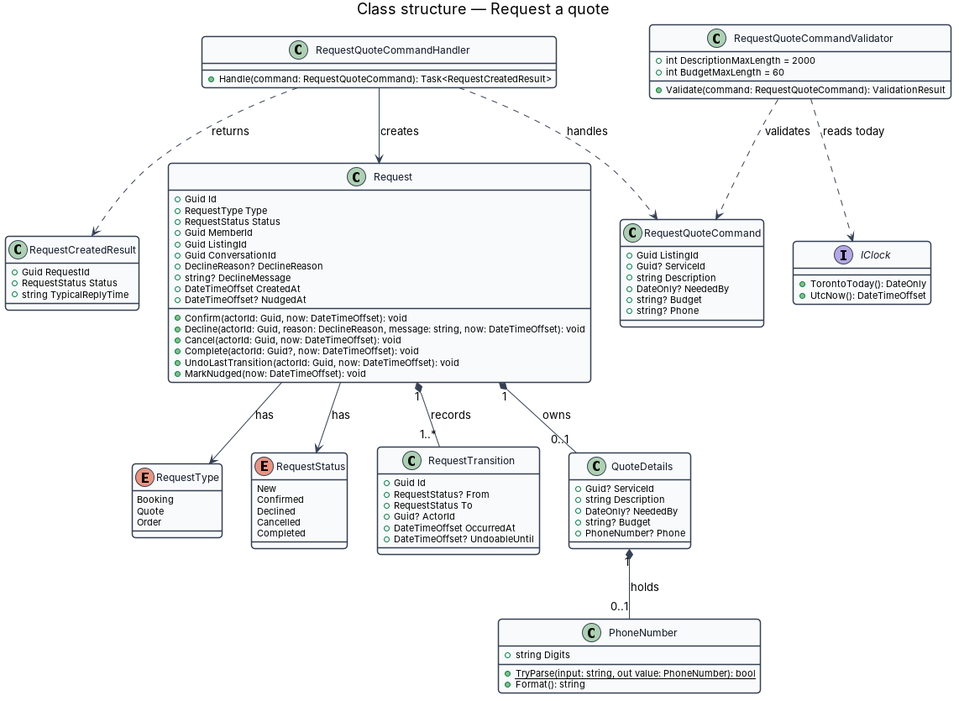
Above: docs/detailed-designs/requests/request-quote/diagrams/class-structure.png in QuinntyneBrown/jubilee (PlantUML), before the change. Its source is kept beside it as docs/detailed-designs/requests/request-quote/diagrams/class-structure.puml.
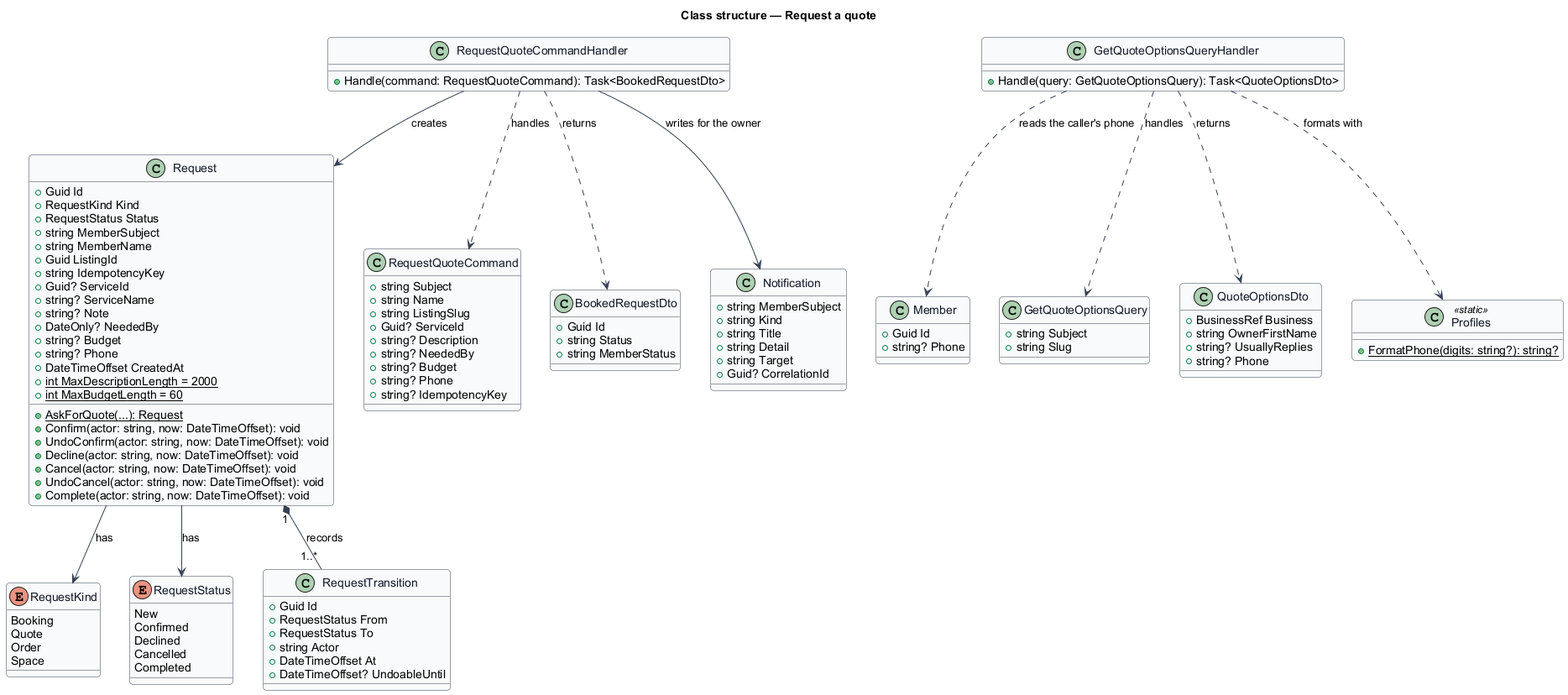
Later version of the same file.

Diff of the diagram source:
```diff
@@ -11,10 +11,11 @@
 }
 title Class structure — Request a quote
 
-enum RequestType {
+enum RequestKind {
   Booking
   Quote
   Order
+  Space
 }
 
 enum RequestStatus {
@@ -27,85 +28,105 @@
 
 class Request {
   +Guid Id
-  +RequestType Type
+  +RequestKind Kind
   +RequestStatus Status
-  +Guid MemberId
+  +string MemberSubject
+  +string MemberName
   +Guid ListingId
-  +Guid ConversationId
-  +DeclineReason? DeclineReason
-  +string? DeclineMessage
+  +string IdempotencyKey
+  +Guid? ServiceId
+  +string? ServiceName
+  +string? Note
+  +DateOnly? NeededBy
+  +string? Budget
+  +string? Phone
   +DateTimeOffset CreatedAt
-  +DateTimeOffset? NudgedAt
-  +Confirm(actorId: Guid, now: DateTimeOffset): void
-  +Decline(actorId: Guid, reason: DeclineReason, message: string, now: DateTimeOffset): void
-  +Cancel(actorId: Guid, now: DateTimeOffset): void
-  +Complete(actorId: Guid?, now: DateTimeOffset): void
-  +UndoLastTransition(actorId: Guid, now: DateTimeOffset): void
-  +MarkNudged(now: DateTimeOffset): void
+  +{static} int MaxDescriptionLength = 2000
+  +{static} int MaxBudgetLength = 60
+  +{static} AskForQuote(...): Request
+  +Confirm(actor: string, now: DateTimeOffset): void
+  +UndoConfirm(actor: string, now: DateTimeOffset): void
+  +Decline(actor: string, now: DateTimeOffset): void
+  +Cancel(actor: string, now: DateTimeOffset): void
+  +UndoCancel(actor: string, now: DateTimeOffset): void
+  +Complete(actor: string, now: DateTimeOffset): void
 }
 
 class RequestTransition {
   +Guid Id
-  +RequestStatus? From
+  +RequestStatus From
   +RequestStatus To
-  +Guid? ActorId
-  +DateTimeOffset OccurredAt
+  +string Actor
+  +DateTimeOffset At
   +DateTimeOffset? UndoableUntil
 }
 
 Request "1" *-- "1..*" RequestTransition : records
-Request --> RequestType : has
+Request --> RequestKind : has
 Request --> RequestStatus : has
 
-class QuoteDetails {
-  +Guid? ServiceId
-  +string Description
-  +DateOnly? NeededBy
-  +string? Budget
-  +PhoneNumber? Phone
+class Member {
+  +Guid Id
+  +string? Phone
 }
 
-class PhoneNumber {
-  +string Digits
-  +{static} TryParse(input: string, out value: PhoneNumber): bool
-  +Format(): string
+class GetQuoteOptionsQuery {
+  +string Subject
+  +string Slug
+}
+
+class GetQuoteOptionsQueryHandler {
+  +Handle(query: GetQuoteOptionsQuery): Task<QuoteOptionsDto>
+}
+
+class QuoteOptionsDto {
+  +BusinessRef Business
+  +string OwnerFirstName
+  +string? UsuallyReplies
+  +string? Phone
+}
+
+class Profiles <<static>> {
+  +{static} FormatPhone(digits: string?): string?
 }
 
 class RequestQuoteCommand {
-  +Guid ListingId
+  +string Subject
+  +string Name
+  +string ListingSlug
   +Guid? ServiceId
-  +string Description
-  +DateOnly? NeededBy
+  +string? Description
+  +string? NeededBy
   +string? Budget
   +string? Phone
-}
-
-class RequestQuoteCommandValidator {
-  +int DescriptionMaxLength = 2000
-  +int BudgetMaxLength = 60
-  +Validate(command: RequestQuoteCommand): ValidationResult
+  +string? IdempotencyKey
 }
 
 class RequestQuoteCommandHandler {
-  +Handle(command: RequestQuoteCommand): Task<RequestCreatedResult>
+  +Handle(command: RequestQuoteCommand): Task<BookedRequestDto>
 }
 
-class RequestCreatedResult {
-  +Guid RequestId
-  +RequestStatus Status
-  +string TypicalReplyTime
+class BookedRequestDto {
+  +Guid Id
+  +string Status
+  +string MemberStatus
 }
 
-interface IClock {
-  +TorontoToday(): DateOnly
-  +UtcNow(): DateTimeOffset
+class Notification {
+  +string MemberSubject
+  +string Kind
+  +string Title
+  +string Detail
+  +string Target
+  +Guid? CorrelationId
 }
 
-Request "1" *-- "0..1" QuoteDetails : owns
-QuoteDetails "1" *-- "0..1" PhoneNumber : holds
+GetQuoteOptionsQueryHandler ..> GetQuoteOptionsQuery : handles
+GetQuoteOptionsQueryHandler ..> QuoteOptionsDto : returns
+GetQuoteOptionsQueryHandler ..> Member : reads the caller's phone
+GetQuoteOptionsQueryHandler ..> Profiles : formats with
 RequestQuoteCommandHandler ..> RequestQuoteCommand : handles
-RequestQuoteCommandValidator ..> RequestQuoteCommand : validates
-RequestQuoteCommandValidator ..> IClock : reads today
 RequestQuoteCommandHandler --> Request : creates
-RequestQuoteCommandHandler ..> RequestCreatedResult : returns
+RequestQuoteCommandHandler --> Notification : writes for the owner
+RequestQuoteCommandHandler ..> BookedRequestDto : returns
 @enduml
```
